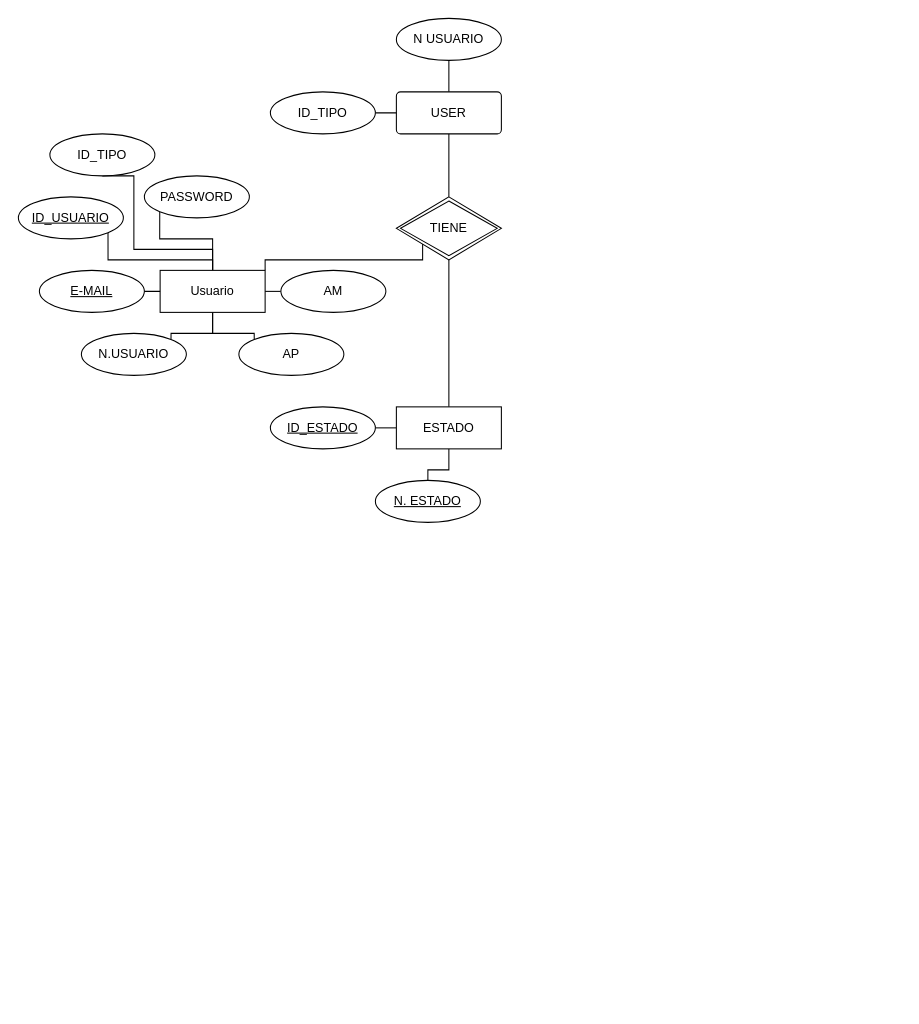
Above: Fundamentos.drawio in NexusVOID1312/Fundamento-Base-de-Datos (draw.io), before the change. Source tidied: cells renumbered, new cells numbered last; positions are measured from the earlier drawing's top-left corner, leaving out a move shared by most shapes. Both pictures are drawn from the tidied source at 105%, with x=0, y=0 at pixel (18, 18).
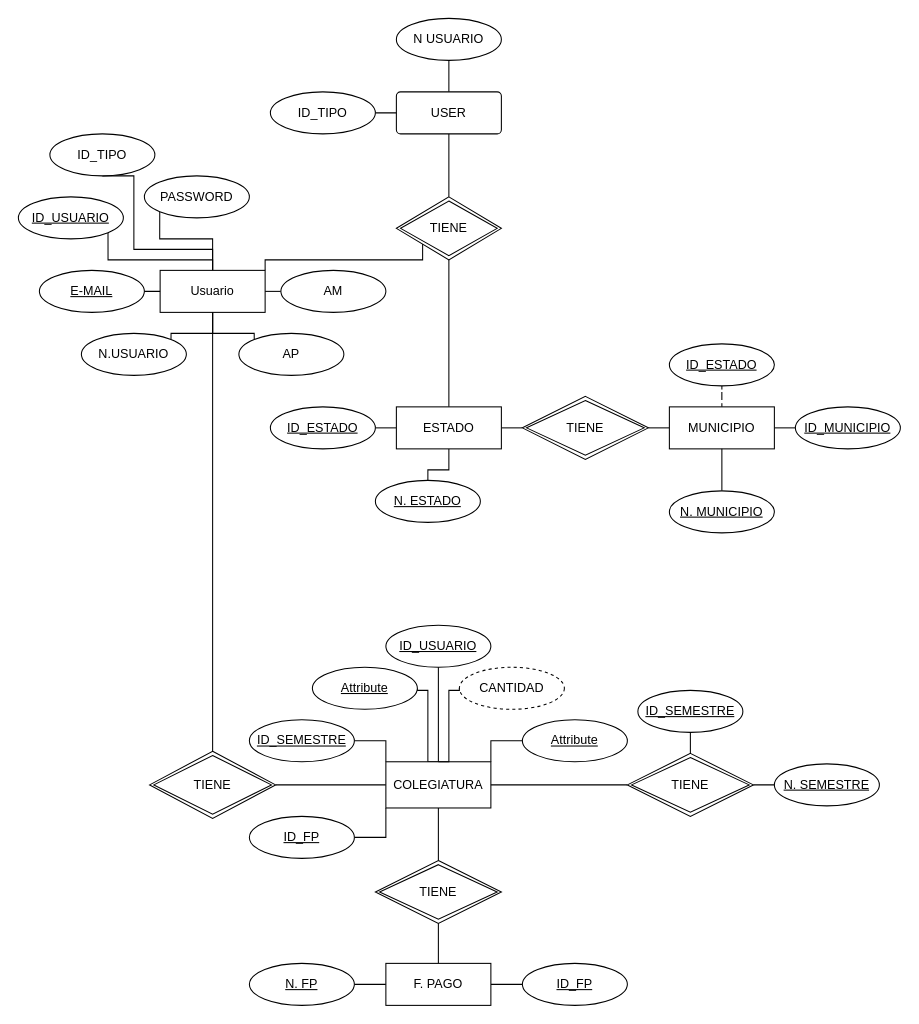
After the change.

Unchanged cells that the change refers to:
```xml
<mxCell id="9" value="Usuario" style="whiteSpace=wrap;html=1;align=center;" parent="1" vertex="1">
  <mxGeometry x="135" y="240" width="100" height="40" as="geometry" />
</mxCell>
<mxCell id="28" value="ESTADO" style="whiteSpace=wrap;html=1;align=center;" parent="1" vertex="1">
  <mxGeometry x="360" y="370" width="100" height="40" as="geometry" />
</mxCell>
```

What changed in the source:
```diff
@@
+    <mxCell id="31" style="edgeStyle=orthogonalEdgeStyle;rounded=0;jettySize=auto;html=1;exitX=1;exitY=0.5;exitDx=0;exitDy=0;entryX=0;entryY=0.5;entryDx=0;entryDy=0;endArrow=none;endFill=0;" parent="1" edge="1" source="28" target="33">
+      <mxGeometry relative="1" as="geometry" />
+    </mxCell>
@@
+    <mxCell id="32" style="edgeStyle=orthogonalEdgeStyle;rounded=0;jettySize=auto;html=1;exitX=1;exitY=0.5;exitDx=0;exitDy=0;entryX=0;entryY=0.5;entryDx=0;entryDy=0;endArrow=none;endFill=0;" parent="1" edge="1" source="33" target="35">
+      <mxGeometry relative="1" as="geometry" />
+    </mxCell>
+    <mxCell id="33" value="TIENE" style="shape=rhombus;double=1;perimeter=rhombusPerimeter;whiteSpace=wrap;html=1;align=center;" parent="1" vertex="1">
+      <mxGeometry x="480" y="360" width="120" height="60" as="geometry" />
+    </mxCell>
+    <mxCell id="34" style="edgeStyle=orthogonalEdgeStyle;rounded=0;jettySize=auto;html=1;exitX=1;exitY=0.5;exitDx=0;exitDy=0;entryX=0;entryY=0.5;entryDx=0;entryDy=0;endArrow=none;endFill=0;" parent="1" edge="1" source="35" target="47">
+      <mxGeometry relative="1" as="geometry" />
+    </mxCell>
+    <mxCell id="35" value="MUNICIPIO" style="whiteSpace=wrap;html=1;align=center;" parent="1" vertex="1">
+      <mxGeometry x="620" y="370" width="100" height="40" as="geometry" />
+    </mxCell>
+    <mxCell id="36" value="I" style="edgeStyle=orthogonalEdgeStyle;rounded=0;jettySize=auto;html=1;entryX=0.5;entryY=0;entryDx=0;entryDy=0;endArrow=none;endFill=0;" parent="1" edge="1" source="37" target="35">
+      <mxGeometry relative="1" as="geometry" />
+    </mxCell>
+    <mxCell id="37" value="ID_ESTADO" style="ellipse;whiteSpace=wrap;html=1;align=center;fontStyle=20;" parent="1" vertex="1">
+      <mxGeometry x="620" y="310" width="100" height="40" as="geometry" />
+    </mxCell>
+    <mxCell id="38" style="edgeStyle=orthogonalEdgeStyle;rounded=0;jettySize=auto;html=1;entryX=0.5;entryY=1;entryDx=0;entryDy=0;exitX=0.5;exitY=0;exitDx=0;exitDy=0;endArrow=none;endFill=0;" parent="1" edge="1" source="46" target="35">
+      <mxGeometry relative="1" as="geometry" />
+    </mxCell>
+    <mxCell id="39" style="edgeStyle=orthogonalEdgeStyle;rounded=0;jettySize=auto;html=1;entryX=0.5;entryY=1;entryDx=0;entryDy=0;endArrow=none;endFill=0;" parent="1" edge="1" source="40" target="9">
+      <mxGeometry relative="1" as="geometry" />
+    </mxCell>
+    <mxCell id="40" value="TIENE" style="shape=rhombus;double=1;perimeter=rhombusPerimeter;whiteSpace=wrap;html=1;align=center;" parent="1" vertex="1">
+      <mxGeometry x="125" y="698" width="120" height="64" as="geometry" />
+    </mxCell>
+    <mxCell id="41" style="edgeStyle=orthogonalEdgeStyle;rounded=0;jettySize=auto;html=1;entryX=1;entryY=0.5;entryDx=0;entryDy=0;endArrow=none;endFill=0;" parent="1" edge="1" source="44" target="40">
+      <mxGeometry relative="1" as="geometry" />
+    </mxCell>
+    <mxCell id="42" style="edgeStyle=orthogonalEdgeStyle;rounded=0;jettySize=auto;html=1;entryX=1;entryY=0.5;entryDx=0;entryDy=0;endArrow=none;endFill=0;exitX=0.5;exitY=0;exitDx=0;exitDy=0;" parent="1" edge="1" source="44" target="49">
+      <mxGeometry relative="1" as="geometry">
+        <Array as="points">
+          <mxPoint x="390" y="708" />
+          <mxPoint x="390" y="640" />
+          <mxPoint x="380" y="640" />
+        </Array>
+      </mxGeometry>
+    </mxCell>
+    <mxCell id="43" style="edgeStyle=orthogonalEdgeStyle;rounded=0;jettySize=auto;html=1;exitX=0;exitY=1;exitDx=0;exitDy=0;entryX=1;entryY=0.5;entryDx=0;entryDy=0;endArrow=none;endFill=0;" parent="1" edge="1" source="44" target="68">
+      <mxGeometry relative="1" as="geometry">
+        <Array as="points">
+          <mxPoint x="350" y="780" />
+        </Array>
+      </mxGeometry>
+    </mxCell>
+    <mxCell id="44" value="COLEGIATURA" style="whiteSpace=wrap;html=1;align=center;" parent="1" vertex="1">
+      <mxGeometry x="350" y="708" width="100" height="44" as="geometry" />
+    </mxCell>
+    <mxCell id="45" style="edgeStyle=orthogonalEdgeStyle;rounded=0;jettySize=auto;html=1;entryX=0;entryY=0;entryDx=0;entryDy=0;endArrow=none;endFill=0;exitX=1;exitY=0.5;exitDx=0;exitDy=0;" parent="1" edge="1" source="48" target="44">
+      <mxGeometry relative="1" as="geometry" />
+    </mxCell>
+    <mxCell id="46" value="N. MUNICIPIO" style="ellipse;whiteSpace=wrap;html=1;align=center;fontStyle=20;" parent="1" vertex="1">
+      <mxGeometry x="620" y="450" width="100" height="40" as="geometry" />
+    </mxCell>
+    <mxCell id="47" value="ID_MUNICIPIO" style="ellipse;whiteSpace=wrap;html=1;align=center;fontStyle=20;" parent="1" vertex="1">
+      <mxGeometry x="740" y="370" width="100" height="40" as="geometry" />
+    </mxCell>
+    <mxCell id="48" value="ID_SEMESTRE" style="ellipse;whiteSpace=wrap;html=1;align=center;fontStyle=20;" parent="1" vertex="1">
+      <mxGeometry x="220" y="668" width="100" height="40" as="geometry" />
+    </mxCell>
+    <mxCell id="49" value="Attribute" style="ellipse;whiteSpace=wrap;html=1;align=center;fontStyle=20;" parent="1" vertex="1">
+      <mxGeometry x="280" y="618" width="100" height="40" as="geometry" />
+    </mxCell>
+    <mxCell id="50" style="edgeStyle=orthogonalEdgeStyle;rounded=0;jettySize=auto;html=1;entryX=0.5;entryY=0;entryDx=0;entryDy=0;endArrow=none;endFill=0;exitX=0.5;exitY=1;exitDx=0;exitDy=0;" parent="1" edge="1" source="51" target="44">
+      <mxGeometry relative="1" as="geometry">
+        <Array as="points">
+          <mxPoint x="400" y="590" />
+        </Array>
+      </mxGeometry>
+    </mxCell>
+    <mxCell id="51" value="ID_USUARIO" style="ellipse;whiteSpace=wrap;html=1;align=center;fontStyle=20;" parent="1" vertex="1">
+      <mxGeometry x="350" y="578" width="100" height="40" as="geometry" />
+    </mxCell>
+    <mxCell id="52" value="CANTIDAD" style="ellipse;whiteSpace=wrap;html=1;align=center;dashed=1;" parent="1" vertex="1">
+      <mxGeometry x="420" y="618" width="100" height="40" as="geometry" />
+    </mxCell>
+    <mxCell id="53" style="edgeStyle=orthogonalEdgeStyle;rounded=0;jettySize=auto;html=1;exitX=0;exitY=0.5;exitDx=0;exitDy=0;entryX=0.5;entryY=0;entryDx=0;entryDy=0;endArrow=none;endFill=0;" parent="1" edge="1" source="52" target="44">
+      <mxGeometry relative="1" as="geometry">
+        <Array as="points">
+          <mxPoint x="420" y="640" />
+          <mxPoint x="410" y="640" />
+          <mxPoint x="410" y="708" />
+        </Array>
+      </mxGeometry>
+    </mxCell>
+    <mxCell id="54" style="edgeStyle=orthogonalEdgeStyle;rounded=0;jettySize=auto;html=1;entryX=1;entryY=0;entryDx=0;entryDy=0;endArrow=none;endFill=0;" parent="1" edge="1" source="55" target="44">
+      <mxGeometry relative="1" as="geometry" />
+    </mxCell>
+    <mxCell id="55" value="Attribute" style="ellipse;whiteSpace=wrap;html=1;align=center;fontStyle=20;" parent="1" vertex="1">
+      <mxGeometry x="480" y="668" width="100" height="40" as="geometry" />
+    </mxCell>
+    <mxCell id="56" style="edgeStyle=orthogonalEdgeStyle;rounded=0;jettySize=auto;html=1;entryX=1;entryY=0.5;entryDx=0;entryDy=0;endArrow=none;endFill=0;" parent="1" edge="1" source="57" target="44">
+      <mxGeometry relative="1" as="geometry" />
+    </mxCell>
+    <mxCell id="57" value="TIENE" style="shape=rhombus;double=1;perimeter=rhombusPerimeter;whiteSpace=wrap;html=1;align=center;" parent="1" vertex="1">
+      <mxGeometry x="580" y="700" width="120" height="60" as="geometry" />
+    </mxCell>
+    <mxCell id="58" style="edgeStyle=orthogonalEdgeStyle;rounded=0;jettySize=auto;html=1;entryX=0.5;entryY=0;entryDx=0;entryDy=0;endArrow=none;endFill=0;" parent="1" edge="1" source="59" target="57">
+      <mxGeometry relative="1" as="geometry" />
+    </mxCell>
+    <mxCell id="59" value="ID_SEMESTRE" style="ellipse;whiteSpace=wrap;html=1;align=center;fontStyle=20;" parent="1" vertex="1">
+      <mxGeometry x="590" y="640" width="100" height="40" as="geometry" />
+    </mxCell>
+    <mxCell id="60" style="edgeStyle=orthogonalEdgeStyle;rounded=0;jettySize=auto;html=1;entryX=1;entryY=0.5;entryDx=0;entryDy=0;endArrow=none;endFill=0;" parent="1" edge="1" source="61" target="57">
+      <mxGeometry relative="1" as="geometry" />
+    </mxCell>
+    <mxCell id="61" value="N. SEMESTRE" style="ellipse;whiteSpace=wrap;html=1;align=center;fontStyle=20;" parent="1" vertex="1">
+      <mxGeometry x="720" y="710" width="100" height="40" as="geometry" />
+    </mxCell>
+    <mxCell id="62" style="edgeStyle=orthogonalEdgeStyle;rounded=0;jettySize=auto;html=1;entryX=0.5;entryY=1;entryDx=0;entryDy=0;endArrow=none;endFill=0;" parent="1" edge="1" source="63" target="44">
+      <mxGeometry relative="1" as="geometry" />
+    </mxCell>
+    <mxCell id="63" value="TIENE" style="shape=rhombus;double=1;perimeter=rhombusPerimeter;whiteSpace=wrap;html=1;align=center;" parent="1" vertex="1">
+      <mxGeometry x="340" y="802" width="120" height="60" as="geometry" />
+    </mxCell>
+    <mxCell id="64" style="edgeStyle=orthogonalEdgeStyle;rounded=0;jettySize=auto;html=1;entryX=0.5;entryY=1;entryDx=0;entryDy=0;endArrow=none;endFill=0;" parent="1" edge="1" source="67" target="63">
+      <mxGeometry relative="1" as="geometry" />
+    </mxCell>
+    <mxCell id="65" style="edgeStyle=orthogonalEdgeStyle;rounded=0;jettySize=auto;html=1;entryX=1;entryY=0.5;entryDx=0;entryDy=0;endArrow=none;endFill=0;" parent="1" edge="1" source="67" target="69">
+      <mxGeometry relative="1" as="geometry" />
+    </mxCell>
+    <mxCell id="66" style="edgeStyle=orthogonalEdgeStyle;rounded=0;jettySize=auto;html=1;entryX=0;entryY=0.5;entryDx=0;entryDy=0;endArrow=none;endFill=0;" parent="1" edge="1" source="67" target="70">
+      <mxGeometry relative="1" as="geometry" />
+    </mxCell>
+    <mxCell id="67" value="F. PAGO" style="whiteSpace=wrap;html=1;align=center;" parent="1" vertex="1">
+      <mxGeometry x="350" y="900" width="100" height="40" as="geometry" />
+    </mxCell>
+    <mxCell id="68" value="ID_FP" style="ellipse;whiteSpace=wrap;html=1;align=center;fontStyle=20;" parent="1" vertex="1">
+      <mxGeometry x="220" y="760" width="100" height="40" as="geometry" />
+    </mxCell>
+    <mxCell id="69" value="N. FP" style="ellipse;whiteSpace=wrap;html=1;align=center;fontStyle=20;" parent="1" vertex="1">
+      <mxGeometry x="220" y="900" width="100" height="40" as="geometry" />
+    </mxCell>
+    <mxCell id="70" value="ID_FP" style="ellipse;whiteSpace=wrap;html=1;align=center;fontStyle=20;" parent="1" vertex="1">
+      <mxGeometry x="480" y="900" width="100" height="40" as="geometry" />
+    </mxCell>
```
